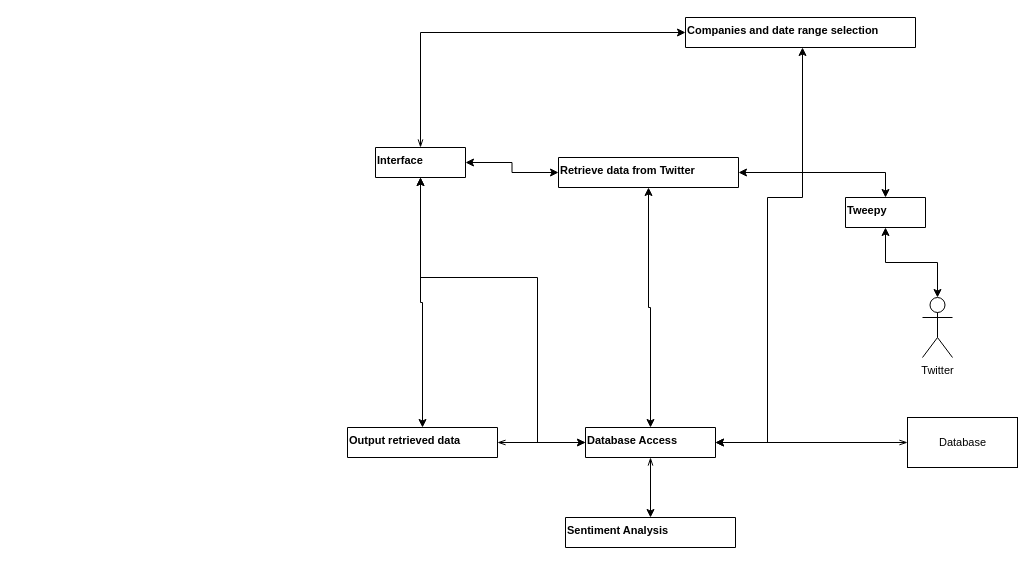
The draw.io diagram page "Page-1" (1 of 11) of uml/architecture.drawio in agarcia169/4306-Donaldson-Project, before the edit. Source tidied: cells renumbered, new cells numbered last; positions are measured from the earlier drawing's top-left corner, leaving out a move shared by most shapes. Both pictures are drawn from the tidied source at 100%, with x=0, y=0 at pixel (347, 17).
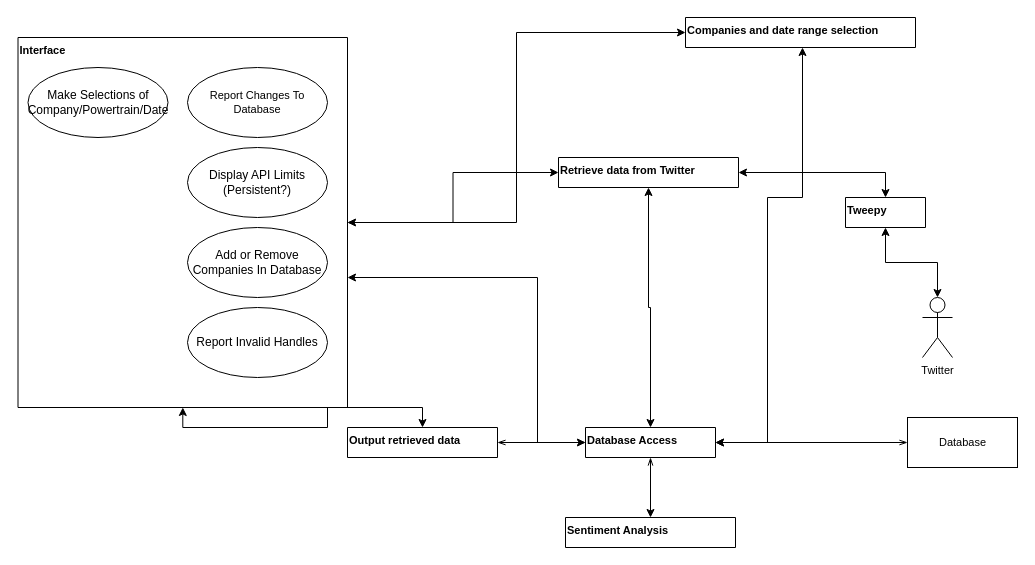
Above is the later version.

The edit, as a diff of the source:
```diff
@@
-    <mxCell id="19" value="Interface" style="swimlane;startSize=0;fontSize=11;verticalAlign=top;align=left;" parent="1" vertex="1" collapsed="1">
-      <mxGeometry x="28" y="130" width="90" height="30" as="geometry" />
+    <mxCell id="19" value="Interface" style="swimlane;startSize=0;fontSize=11;verticalAlign=top;align=left;" parent="1" vertex="1">
+      <mxGeometry x="-329.5" y="20" width="329.5" height="370" as="geometry" />
     </mxCell>
+    <mxCell id="22" value="Report Changes To Database" style="ellipse;whiteSpace=wrap;html=1;fontSize=11;" parent="19" vertex="1">
+      <mxGeometry x="169.5" y="30" width="140" height="70" as="geometry" />
+    </mxCell>
+    <mxCell id="23" value="Report Invalid Handles" style="ellipse;whiteSpace=wrap;html=1;" parent="19" vertex="1">
+      <mxGeometry x="169.5" y="270" width="140" height="70" as="geometry" />
+    </mxCell>
+    <mxCell id="24" value="Display API Limits (Persistent?)" style="ellipse;whiteSpace=wrap;html=1;" parent="19" vertex="1">
+      <mxGeometry x="169.5" y="110" width="140" height="70" as="geometry" />
+    </mxCell>
+    <mxCell id="25" value="Add or Remove Companies In Database" style="ellipse;whiteSpace=wrap;html=1;" parent="19" vertex="1">
+      <mxGeometry x="169.5" y="190" width="140" height="70" as="geometry" />
+    </mxCell>
+    <mxCell id="26" value="Make Selections of Company/Powertrain/Date" style="ellipse;whiteSpace=wrap;html=1;" parent="19" vertex="1">
+      <mxGeometry x="10" y="30" width="140" height="70" as="geometry" />
+    </mxCell>
```
